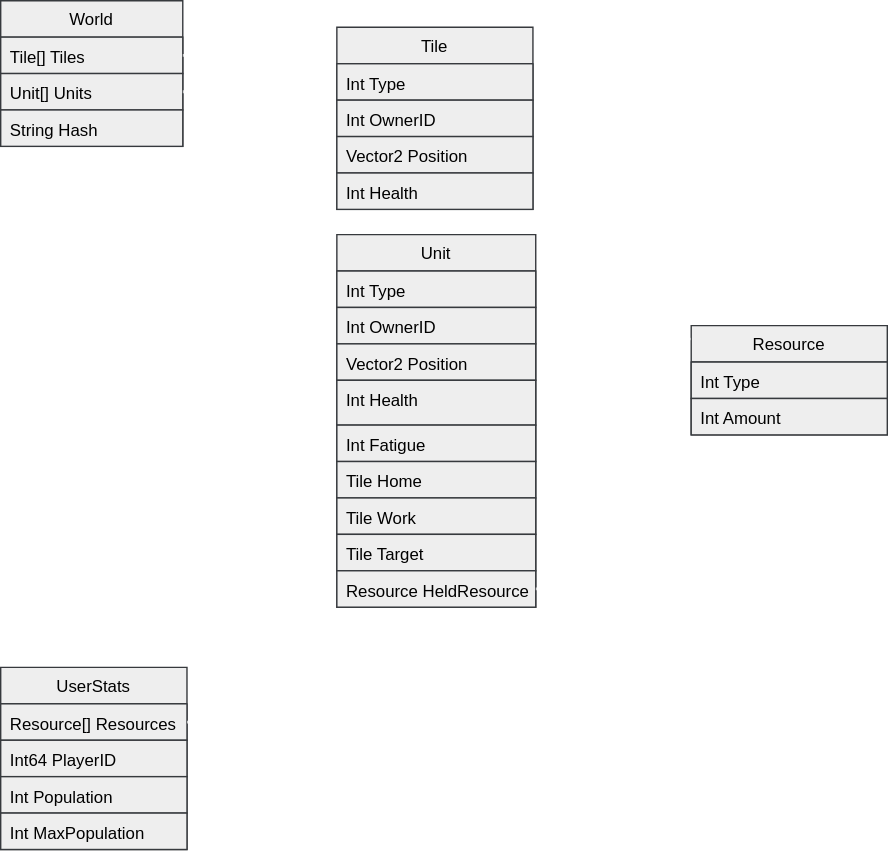
mystydev/Pioneers keeps this draw.io diagram as docs/assets/DataModelDiagram.svg. Above is the earlier version. Source tidied: cells renumbered, new cells last; positions are measured from the earlier drawing's top-left corner, leaving out a move shared by most shapes. Source of this version:
```xml
<mxGraphModel background="#212121">
  <root>
    <mxCell id="0" />
    <mxCell id="1" parent="0" />
    <mxCell id="2" value="World" style="swimlane;fontStyle=0;horizontal=1;startSize=26;glass=0;rounded=0;shadow=0;comic=0;swimlaneLine=1;fillColor=#eeeeee;strokeColor=#36393d;swimlaneFillColor=none;" parent="1" vertex="1">
      <mxGeometry width="130" height="104" as="geometry" />
    </mxCell>
    <mxCell id="3" value="Tile[] Tiles" style="text;align=left;verticalAlign=top;spacingLeft=4;spacingRight=4;overflow=hidden;points=[[0,0.5],[1,0.5]];portConstraint=eastwest;rounded=0;fillColor=#eeeeee;strokeColor=#36393d;" parent="2" vertex="1">
      <mxGeometry y="26" width="130" height="26" as="geometry" />
    </mxCell>
    <mxCell id="4" value="Unit[] Units" style="text;align=left;verticalAlign=top;spacingLeft=4;spacingRight=4;overflow=hidden;points=[[0,0.5],[1,0.5]];portConstraint=eastwest;rounded=0;fillColor=#eeeeee;strokeColor=#36393d;" parent="2" vertex="1">
      <mxGeometry y="52" width="130" height="26" as="geometry" />
    </mxCell>
    <mxCell id="5" value="String Hash" style="text;align=left;verticalAlign=top;spacingLeft=4;spacingRight=4;overflow=hidden;rounded=0;glass=0;fillColor=#eeeeee;strokeColor=#36393d;" parent="2" vertex="1">
      <mxGeometry y="78" width="130" height="26" as="geometry" />
    </mxCell>
    <mxCell id="6" style="edgeStyle=orthogonalEdgeStyle;rounded=1;jettySize=auto;html=1;exitX=1;exitY=0.5;exitDx=0;exitDy=0;entryX=0;entryY=0.154;entryDx=0;entryDy=0;entryPerimeter=0;strokeColor=#FFFFFF;strokeWidth=2;endArrow=open;endFill=0;opacity=70;" parent="1" edge="1" source="3" target="7">
      <mxGeometry relative="1" as="geometry" />
    </mxCell>
    <mxCell id="7" value="Tile" style="swimlane;fontStyle=0;horizontal=1;startSize=26;rounded=0;fillColor=#eeeeee;strokeColor=#36393d;" parent="1" vertex="1">
      <mxGeometry x="240" y="19" width="140" height="130" as="geometry" />
    </mxCell>
    <mxCell id="8" value="Int Type" style="text;align=left;verticalAlign=top;spacingLeft=4;spacingRight=4;overflow=hidden;rounded=0;fillColor=#eeeeee;strokeColor=#36393d;" parent="7" vertex="1">
      <mxGeometry y="26" width="140" height="26" as="geometry" />
    </mxCell>
    <mxCell id="9" value="Int OwnerID&#10;" style="text;align=left;verticalAlign=top;spacingLeft=4;spacingRight=4;overflow=hidden;rounded=0;fillColor=#eeeeee;strokeColor=#36393d;" parent="7" vertex="1">
      <mxGeometry y="52" width="140" height="26" as="geometry" />
    </mxCell>
    <mxCell id="10" value="Vector2 Position" style="text;align=left;verticalAlign=top;spacingLeft=4;spacingRight=4;overflow=hidden;rounded=0;fillColor=#eeeeee;strokeColor=#36393d;" parent="7" vertex="1">
      <mxGeometry y="78" width="140" height="26" as="geometry" />
    </mxCell>
    <mxCell id="11" value="Int Health" style="text;align=left;verticalAlign=top;spacingLeft=4;spacingRight=4;overflow=hidden;rounded=0;fillColor=#eeeeee;strokeColor=#36393d;" parent="7" vertex="1">
      <mxGeometry y="104" width="140" height="26" as="geometry" />
    </mxCell>
    <mxCell id="12" value="Unit" style="swimlane;fontStyle=0;horizontal=1;startSize=26;rounded=0;fillColor=#eeeeee;strokeColor=#36393d;" parent="1" vertex="1">
      <mxGeometry x="240" y="167" width="142" height="266" as="geometry" />
    </mxCell>
    <mxCell id="13" value="Int Type" style="text;align=left;verticalAlign=top;spacingLeft=4;spacingRight=4;overflow=hidden;rounded=0;fillColor=#eeeeee;strokeColor=#36393d;" parent="12" vertex="1">
      <mxGeometry y="26" width="142" height="26" as="geometry" />
    </mxCell>
    <mxCell id="14" value="Int OwnerID&#10;" style="text;align=left;verticalAlign=top;spacingLeft=4;spacingRight=4;overflow=hidden;rounded=0;fillColor=#eeeeee;strokeColor=#36393d;" parent="12" vertex="1">
      <mxGeometry y="52" width="142" height="26" as="geometry" />
    </mxCell>
    <mxCell id="15" value="Vector2 Position" style="text;align=left;verticalAlign=top;spacingLeft=4;spacingRight=4;overflow=hidden;rounded=0;fillColor=#eeeeee;strokeColor=#36393d;" parent="12" vertex="1">
      <mxGeometry y="78" width="142" height="26" as="geometry" />
    </mxCell>
    <mxCell id="16" value="Int Health" style="text;align=left;verticalAlign=top;spacingLeft=4;spacingRight=4;overflow=hidden;rounded=0;fillColor=#eeeeee;strokeColor=#36393d;" parent="12" vertex="1">
      <mxGeometry y="104" width="142" height="32" as="geometry" />
    </mxCell>
    <mxCell id="17" value="Int Fatigue" style="text;align=left;verticalAlign=top;spacingLeft=4;spacingRight=4;overflow=hidden;rounded=0;fillColor=#eeeeee;strokeColor=#36393d;" parent="12" vertex="1">
      <mxGeometry y="136" width="142" height="26" as="geometry" />
    </mxCell>
    <mxCell id="18" value="Tile Home" style="text;align=left;verticalAlign=top;spacingLeft=4;spacingRight=4;overflow=hidden;rounded=0;fillColor=#eeeeee;strokeColor=#36393d;" parent="12" vertex="1">
      <mxGeometry y="162" width="142" height="26" as="geometry" />
    </mxCell>
    <mxCell id="19" value="Tile Work" style="text;align=left;verticalAlign=top;spacingLeft=4;spacingRight=4;overflow=hidden;rounded=0;fillColor=#eeeeee;strokeColor=#36393d;" parent="12" vertex="1">
      <mxGeometry y="188" width="142" height="26" as="geometry" />
    </mxCell>
    <mxCell id="20" value="Tile Target" style="text;align=left;verticalAlign=top;spacingLeft=4;spacingRight=4;overflow=hidden;rounded=0;fillColor=#eeeeee;strokeColor=#36393d;" parent="12" vertex="1">
      <mxGeometry y="214" width="142" height="26" as="geometry" />
    </mxCell>
    <mxCell id="21" value="Resource HeldResource" style="text;align=left;verticalAlign=top;spacingLeft=4;spacingRight=4;overflow=hidden;points=[[0,0.5],[1,0.5]];portConstraint=eastwest;rounded=0;fillColor=#eeeeee;strokeColor=#36393d;" parent="12" vertex="1">
      <mxGeometry y="240" width="142" height="26" as="geometry" />
    </mxCell>
    <mxCell id="22" style="edgeStyle=orthogonalEdgeStyle;rounded=1;jettySize=auto;html=1;exitX=1;exitY=0.5;exitDx=0;exitDy=0;entryX=-0.006;entryY=0.057;entryDx=0;entryDy=0;entryPerimeter=0;strokeColor=#FFFFFF;comic=0;strokeWidth=2;endArrow=open;endFill=0;opacity=70;" parent="1" edge="1" source="4" target="12">
      <mxGeometry relative="1" as="geometry" />
    </mxCell>
    <mxCell id="23" value="Resource" style="swimlane;fontStyle=0;horizontal=1;startSize=26;rounded=0;fillColor=#eeeeee;strokeColor=#36393d;" parent="1" vertex="1">
      <mxGeometry x="493" y="232" width="140" height="78" as="geometry" />
    </mxCell>
    <mxCell id="24" value="Int Type" style="text;align=left;verticalAlign=top;spacingLeft=4;spacingRight=4;overflow=hidden;rounded=0;fillColor=#eeeeee;strokeColor=#36393d;" parent="23" vertex="1">
      <mxGeometry y="26" width="140" height="26" as="geometry" />
    </mxCell>
    <mxCell id="25" value="Int Amount" style="text;align=left;verticalAlign=top;spacingLeft=4;spacingRight=4;overflow=hidden;rounded=0;fillColor=#eeeeee;strokeColor=#36393d;" parent="23" vertex="1">
      <mxGeometry y="52" width="140" height="26" as="geometry" />
    </mxCell>
    <mxCell id="26" style="edgeStyle=orthogonalEdgeStyle;rounded=1;jettySize=auto;html=1;exitX=1;exitY=0.5;exitDx=0;exitDy=0;entryX=0;entryY=0.125;entryDx=0;entryDy=0;entryPerimeter=0;strokeColor=#FFFFFF;comic=0;strokeWidth=2;endArrow=open;endFill=0;opacity=70;" parent="1" edge="1" source="21" target="23">
      <mxGeometry relative="1" as="geometry" />
    </mxCell>
    <mxCell id="27" value="UserStats" style="swimlane;fontStyle=0;horizontal=1;startSize=26;glass=0;rounded=0;shadow=0;comic=0;swimlaneLine=1;fillColor=#eeeeee;strokeColor=#36393d;swimlaneFillColor=none;" parent="1" vertex="1">
      <mxGeometry y="476" width="133" height="130" as="geometry" />
    </mxCell>
    <mxCell id="28" value="Resource[] Resources" style="text;align=left;verticalAlign=top;spacingLeft=4;spacingRight=4;overflow=hidden;points=[[0,0.5],[1,0.5]];portConstraint=eastwest;rounded=0;fillColor=#eeeeee;strokeColor=#36393d;" parent="27" vertex="1">
      <mxGeometry y="26" width="133" height="26" as="geometry" />
    </mxCell>
    <mxCell id="29" value="Int64 PlayerID" style="text;align=left;verticalAlign=top;spacingLeft=4;spacingRight=4;overflow=hidden;rounded=0;fillColor=#eeeeee;strokeColor=#36393d;" parent="27" vertex="1">
      <mxGeometry y="52" width="133" height="26" as="geometry" />
    </mxCell>
    <mxCell id="30" value="Int Population" style="text;align=left;verticalAlign=top;spacingLeft=4;spacingRight=4;overflow=hidden;rounded=0;fillColor=#eeeeee;strokeColor=#36393d;" parent="27" vertex="1">
      <mxGeometry y="78" width="133" height="26" as="geometry" />
    </mxCell>
    <mxCell id="31" value="Int MaxPopulation" style="text;align=left;verticalAlign=top;spacingLeft=4;spacingRight=4;overflow=hidden;rounded=0;fillColor=#eeeeee;strokeColor=#36393d;" parent="27" vertex="1">
      <mxGeometry y="104" width="133" height="26" as="geometry" />
    </mxCell>
    <mxCell id="32" style="edgeStyle=orthogonalEdgeStyle;rounded=1;jettySize=auto;html=1;exitX=1;exitY=0.5;exitDx=0;exitDy=0;strokeColor=#FFFFFF;comic=0;strokeWidth=2;endArrow=open;endFill=0;opacity=70;" parent="1" edge="1" source="28">
      <mxGeometry relative="1" as="geometry">
        <mxPoint x="493" y="241" as="targetPoint" />
        <Array as="points">
          <mxPoint x="437" y="515" />
          <mxPoint x="437" y="241" />
        </Array>
      </mxGeometry>
    </mxCell>
  </root>
</mxGraphModel>
```
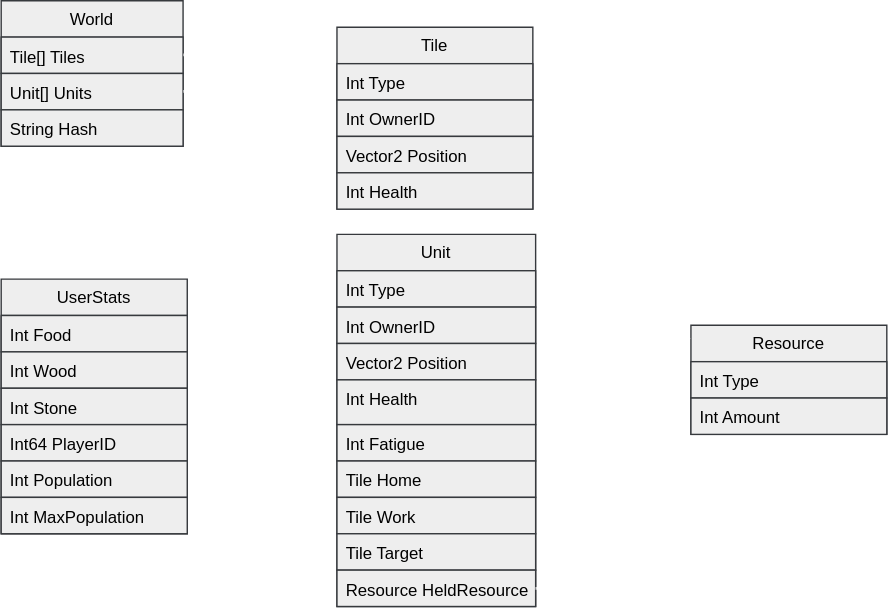
Above is the later version.

What changed in the source:
```diff
@@ -63,7 +63,12 @@
       <mxGeometry y="240" width="142" height="26" as="geometry" />
     </mxCell>
     <mxCell id="22" style="edgeStyle=orthogonalEdgeStyle;rounded=1;jettySize=auto;html=1;exitX=1;exitY=0.5;exitDx=0;exitDy=0;entryX=-0.006;entryY=0.057;entryDx=0;entryDy=0;entryPerimeter=0;strokeColor=#FFFFFF;comic=0;strokeWidth=2;endArrow=open;endFill=0;opacity=70;" parent="1" edge="1" source="4" target="12">
-      <mxGeometry relative="1" as="geometry" />
+      <mxGeometry relative="1" as="geometry">
+        <Array as="points">
+          <mxPoint x="179" y="65" />
+          <mxPoint x="179" y="182" />
+        </Array>
+      </mxGeometry>
     </mxCell>
     <mxCell id="23" value="Resource" style="swimlane;fontStyle=0;horizontal=1;startSize=26;rounded=0;fillColor=#eeeeee;strokeColor=#36393d;" parent="1" vertex="1">
       <mxGeometry x="493" y="232" width="140" height="78" as="geometry" />
@@ -78,28 +83,25 @@
       <mxGeometry relative="1" as="geometry" />
     </mxCell>
     <mxCell id="27" value="UserStats" style="swimlane;fontStyle=0;horizontal=1;startSize=26;glass=0;rounded=0;shadow=0;comic=0;swimlaneLine=1;fillColor=#eeeeee;strokeColor=#36393d;swimlaneFillColor=none;" parent="1" vertex="1">
-      <mxGeometry y="476" width="133" height="130" as="geometry" />
+      <mxGeometry y="199" width="133" height="182" as="geometry" />
     </mxCell>
-    <mxCell id="28" value="Resource[] Resources" style="text;align=left;verticalAlign=top;spacingLeft=4;spacingRight=4;overflow=hidden;points=[[0,0.5],[1,0.5]];portConstraint=eastwest;rounded=0;fillColor=#eeeeee;strokeColor=#36393d;" parent="27" vertex="1">
+    <mxCell id="28" value="Int Food" style="text;align=left;verticalAlign=top;spacingLeft=4;spacingRight=4;overflow=hidden;points=[[0,0.5],[1,0.5]];portConstraint=eastwest;rounded=0;fillColor=#eeeeee;strokeColor=#36393d;" parent="27" vertex="1">
       <mxGeometry y="26" width="133" height="26" as="geometry" />
     </mxCell>
-    <mxCell id="29" value="Int64 PlayerID" style="text;align=left;verticalAlign=top;spacingLeft=4;spacingRight=4;overflow=hidden;rounded=0;fillColor=#eeeeee;strokeColor=#36393d;" parent="27" vertex="1">
+    <mxCell id="29" value="Int Wood" style="text;align=left;verticalAlign=top;spacingLeft=4;spacingRight=4;overflow=hidden;rounded=0;fillColor=#eeeeee;strokeColor=#36393d;" parent="27" vertex="1">
       <mxGeometry y="52" width="133" height="26" as="geometry" />
     </mxCell>
-    <mxCell id="30" value="Int Population" style="text;align=left;verticalAlign=top;spacingLeft=4;spacingRight=4;overflow=hidden;rounded=0;fillColor=#eeeeee;strokeColor=#36393d;" parent="27" vertex="1">
+    <mxCell id="30" value="Int Stone" style="text;align=left;verticalAlign=top;spacingLeft=4;spacingRight=4;overflow=hidden;rounded=0;fillColor=#eeeeee;strokeColor=#36393d;" parent="27" vertex="1">
       <mxGeometry y="78" width="133" height="26" as="geometry" />
     </mxCell>
-    <mxCell id="31" value="Int MaxPopulation" style="text;align=left;verticalAlign=top;spacingLeft=4;spacingRight=4;overflow=hidden;rounded=0;fillColor=#eeeeee;strokeColor=#36393d;" parent="27" vertex="1">
+    <mxCell id="31" value="Int64 PlayerID" style="text;align=left;verticalAlign=top;spacingLeft=4;spacingRight=4;overflow=hidden;rounded=0;fillColor=#eeeeee;strokeColor=#36393d;" parent="27" vertex="1">
       <mxGeometry y="104" width="133" height="26" as="geometry" />
     </mxCell>
-    <mxCell id="32" style="edgeStyle=orthogonalEdgeStyle;rounded=1;jettySize=auto;html=1;exitX=1;exitY=0.5;exitDx=0;exitDy=0;strokeColor=#FFFFFF;comic=0;strokeWidth=2;endArrow=open;endFill=0;opacity=70;" parent="1" edge="1" source="28">
-      <mxGeometry relative="1" as="geometry">
-        <mxPoint x="493" y="241" as="targetPoint" />
-        <Array as="points">
-          <mxPoint x="437" y="515" />
-          <mxPoint x="437" y="241" />
-        </Array>
-      </mxGeometry>
+    <mxCell id="32" value="Int Population" style="text;align=left;verticalAlign=top;spacingLeft=4;spacingRight=4;overflow=hidden;rounded=0;fillColor=#eeeeee;strokeColor=#36393d;" parent="27" vertex="1">
+      <mxGeometry y="130" width="133" height="26" as="geometry" />
     </mxCell>
+    <mxCell id="33" value="Int MaxPopulation" style="text;align=left;verticalAlign=top;spacingLeft=4;spacingRight=4;overflow=hidden;rounded=0;fillColor=#eeeeee;strokeColor=#36393d;" parent="27" vertex="1">
+      <mxGeometry y="156" width="133" height="26" as="geometry" />
+    </mxCell>
   </root>
 </mxGraphModel>
```
